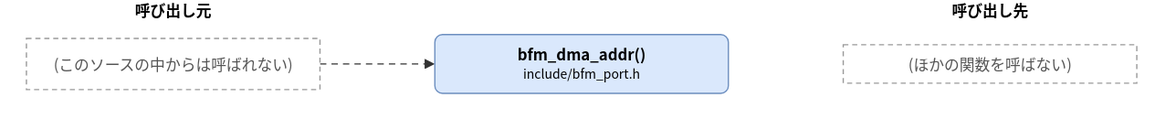
hf355051012-ai/bfmem keeps this draw.io diagram as doc/spec/images/call_include_bfm_port-bfm_dma_addr.drawio.svg. Above is the earlier version. Source tidied: cells renumbered, new cells last; positions are measured from the earlier drawing's top-left corner, leaving out a move shared by most shapes. Its diagram source:
```xml
<mxGraphModel>
  <root>
    <mxCell id="0" />
    <mxCell id="1" parent="0" />
    <mxCell id="2" value="bfm_dma_addr()&lt;br&gt;&lt;font style=&quot;font-size:10px&quot;&gt;include/bfm_port.h&lt;/font&gt;" style="rounded=1;whiteSpace=wrap;html=1;fillColor=#dae8fc;strokeColor=#6c8ebf;fontStyle=1;" parent="1" vertex="1">
      <mxGeometry x="320" y="27" width="230" height="46" as="geometry" />
    </mxCell>
    <mxCell id="3" value="(このソースの中からは呼ばれない)" style="rounded=0;whiteSpace=wrap;html=1;dashed=1;strokeColor=#999999;fontColor=#555555;dashed=1;" parent="1" vertex="1">
      <mxGeometry y="30" width="230" height="40" as="geometry" />
    </mxCell>
    <mxCell id="4" value="(ほかの関数を呼ばない)" style="rounded=0;whiteSpace=wrap;html=1;dashed=1;strokeColor=#999999;fontColor=#555555;dashed=1;" parent="1" vertex="1">
      <mxGeometry x="640" y="35" width="230" height="30" as="geometry" />
    </mxCell>
    <mxCell id="5" style="edgeStyle=none;html=1;rounded=0;endArrow=block;endFill=1;exitX=1.0000;exitY=0.5000;exitDx=0;exitDy=0;exitPerimeter=0;entryX=0.0000;entryY=0.5000;entryDx=0;entryDy=0;entryPerimeter=0;dashed=1;" parent="1" edge="1" source="3" target="2">
      <mxGeometry relative="1" as="geometry" />
    </mxCell>
    <mxCell id="6" value="呼び出し元" style="text;html=1;align=center;fontStyle=1;" parent="1" vertex="1">
      <mxGeometry x="35" width="160" height="18" as="geometry" />
    </mxCell>
    <mxCell id="7" value="呼び出し先" style="text;html=1;align=center;fontStyle=1;" parent="1" vertex="1">
      <mxGeometry x="675" width="160" height="18" as="geometry" />
    </mxCell>
  </root>
</mxGraphModel>
```
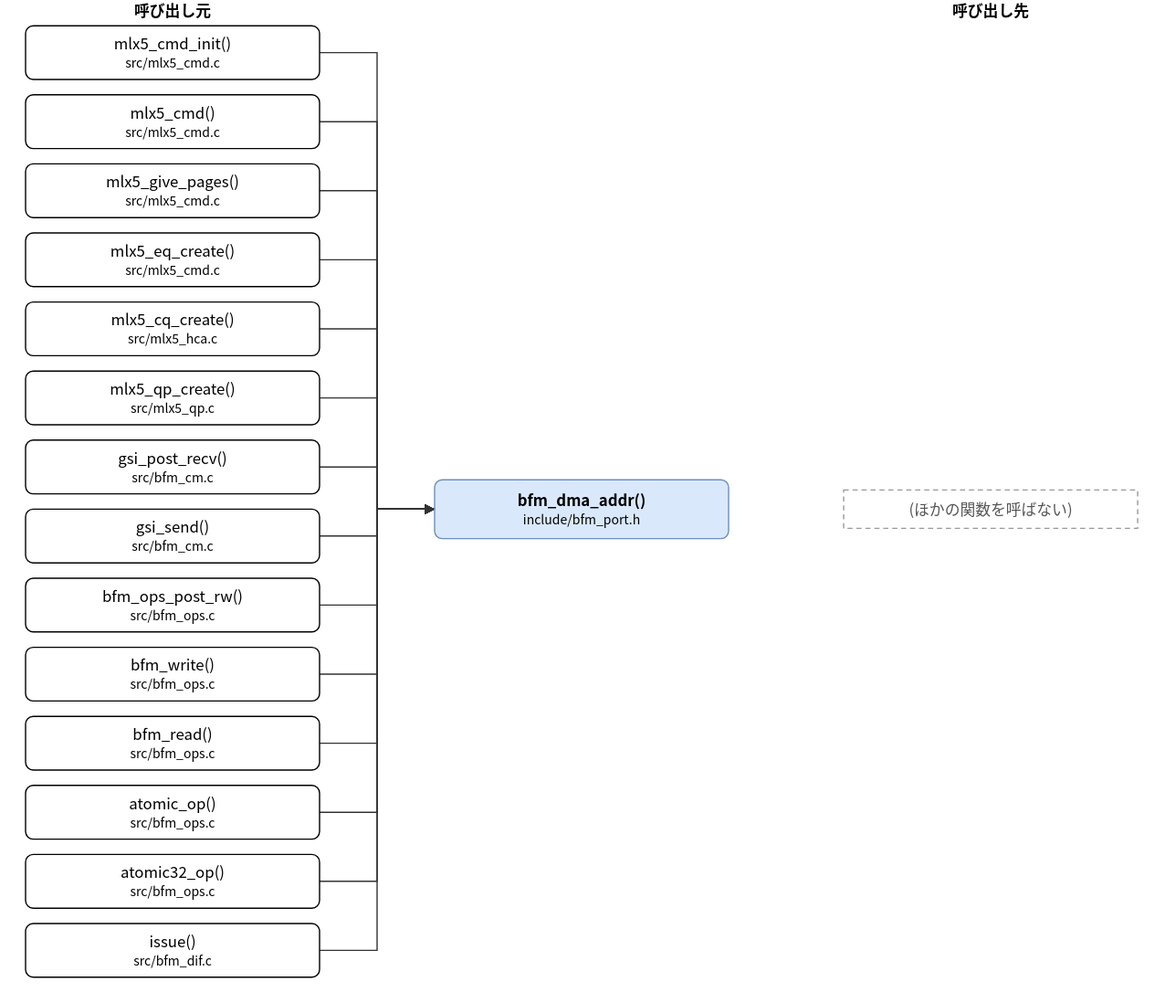
The same diagram one commit later.

Change to the diagram source:
```diff
@@ -3,17 +3,165 @@
     <mxCell id="0" />
     <mxCell id="1" parent="0" />
     <mxCell id="2" value="bfm_dma_addr()&lt;br&gt;&lt;font style=&quot;font-size:10px&quot;&gt;include/bfm_port.h&lt;/font&gt;" style="rounded=1;whiteSpace=wrap;html=1;fillColor=#dae8fc;strokeColor=#6c8ebf;fontStyle=1;" parent="1" vertex="1">
-      <mxGeometry x="320" y="27" width="230" height="46" as="geometry" />
+      <mxGeometry x="320" y="375" width="230" height="46" as="geometry" />
     </mxCell>
-    <mxCell id="3" value="(このソースの中からは呼ばれない)" style="rounded=0;whiteSpace=wrap;html=1;dashed=1;strokeColor=#999999;fontColor=#555555;dashed=1;" parent="1" vertex="1">
-      <mxGeometry y="30" width="230" height="40" as="geometry" />
+    <mxCell id="3" value="mlx5_cmd_init()&lt;br&gt;&lt;font style=&quot;font-size:10px&quot;&gt;src/mlx5_cmd.c&lt;/font&gt;" style="rounded=1;whiteSpace=wrap;html=1;" parent="1" vertex="1">
+      <mxGeometry y="20" width="230" height="42" as="geometry" />
     </mxCell>
+    <mxCell id="8" value="mlx5_cmd()&lt;br&gt;&lt;font style=&quot;font-size:10px&quot;&gt;src/mlx5_cmd.c&lt;/font&gt;" style="rounded=1;whiteSpace=wrap;html=1;" parent="1" vertex="1">
+      <mxGeometry y="74" width="230" height="42" as="geometry" />
+    </mxCell>
+    <mxCell id="9" value="mlx5_give_pages()&lt;br&gt;&lt;font style=&quot;font-size:10px&quot;&gt;src/mlx5_cmd.c&lt;/font&gt;" style="rounded=1;whiteSpace=wrap;html=1;" parent="1" vertex="1">
+      <mxGeometry y="128" width="230" height="42" as="geometry" />
+    </mxCell>
+    <mxCell id="10" value="mlx5_eq_create()&lt;br&gt;&lt;font style=&quot;font-size:10px&quot;&gt;src/mlx5_cmd.c&lt;/font&gt;" style="rounded=1;whiteSpace=wrap;html=1;" parent="1" vertex="1">
+      <mxGeometry y="182" width="230" height="42" as="geometry" />
+    </mxCell>
+    <mxCell id="11" value="mlx5_cq_create()&lt;br&gt;&lt;font style=&quot;font-size:10px&quot;&gt;src/mlx5_hca.c&lt;/font&gt;" style="rounded=1;whiteSpace=wrap;html=1;" parent="1" vertex="1">
+      <mxGeometry y="236" width="230" height="42" as="geometry" />
+    </mxCell>
+    <mxCell id="12" value="mlx5_qp_create()&lt;br&gt;&lt;font style=&quot;font-size:10px&quot;&gt;src/mlx5_qp.c&lt;/font&gt;" style="rounded=1;whiteSpace=wrap;html=1;" parent="1" vertex="1">
+      <mxGeometry y="290" width="230" height="42" as="geometry" />
+    </mxCell>
+    <mxCell id="13" value="gsi_post_recv()&lt;br&gt;&lt;font style=&quot;font-size:10px&quot;&gt;src/bfm_cm.c&lt;/font&gt;" style="rounded=1;whiteSpace=wrap;html=1;" parent="1" vertex="1">
+      <mxGeometry y="344" width="230" height="42" as="geometry" />
+    </mxCell>
+    <mxCell id="14" value="gsi_send()&lt;br&gt;&lt;font style=&quot;font-size:10px&quot;&gt;src/bfm_cm.c&lt;/font&gt;" style="rounded=1;whiteSpace=wrap;html=1;" parent="1" vertex="1">
+      <mxGeometry y="398" width="230" height="42" as="geometry" />
+    </mxCell>
+    <mxCell id="15" value="bfm_ops_post_rw()&lt;br&gt;&lt;font style=&quot;font-size:10px&quot;&gt;src/bfm_ops.c&lt;/font&gt;" style="rounded=1;whiteSpace=wrap;html=1;" parent="1" vertex="1">
+      <mxGeometry y="452" width="230" height="42" as="geometry" />
+    </mxCell>
+    <mxCell id="16" value="bfm_write()&lt;br&gt;&lt;font style=&quot;font-size:10px&quot;&gt;src/bfm_ops.c&lt;/font&gt;" style="rounded=1;whiteSpace=wrap;html=1;" parent="1" vertex="1">
+      <mxGeometry y="506" width="230" height="42" as="geometry" />
+    </mxCell>
+    <mxCell id="17" value="bfm_read()&lt;br&gt;&lt;font style=&quot;font-size:10px&quot;&gt;src/bfm_ops.c&lt;/font&gt;" style="rounded=1;whiteSpace=wrap;html=1;" parent="1" vertex="1">
+      <mxGeometry y="560" width="230" height="42" as="geometry" />
+    </mxCell>
+    <mxCell id="18" value="atomic_op()&lt;br&gt;&lt;font style=&quot;font-size:10px&quot;&gt;src/bfm_ops.c&lt;/font&gt;" style="rounded=1;whiteSpace=wrap;html=1;" parent="1" vertex="1">
+      <mxGeometry y="614" width="230" height="42" as="geometry" />
+    </mxCell>
+    <mxCell id="19" value="atomic32_op()&lt;br&gt;&lt;font style=&quot;font-size:10px&quot;&gt;src/bfm_ops.c&lt;/font&gt;" style="rounded=1;whiteSpace=wrap;html=1;" parent="1" vertex="1">
+      <mxGeometry y="668" width="230" height="42" as="geometry" />
+    </mxCell>
+    <mxCell id="20" value="issue()&lt;br&gt;&lt;font style=&quot;font-size:10px&quot;&gt;src/bfm_dif.c&lt;/font&gt;" style="rounded=1;whiteSpace=wrap;html=1;" parent="1" vertex="1">
+      <mxGeometry y="722" width="230" height="42" as="geometry" />
+    </mxCell>
     <mxCell id="4" value="(ほかの関数を呼ばない)" style="rounded=0;whiteSpace=wrap;html=1;dashed=1;strokeColor=#999999;fontColor=#555555;dashed=1;" parent="1" vertex="1">
-      <mxGeometry x="640" y="35" width="230" height="30" as="geometry" />
+      <mxGeometry x="640" y="383" width="230" height="30" as="geometry" />
     </mxCell>
-    <mxCell id="5" style="edgeStyle=none;html=1;rounded=0;endArrow=block;endFill=1;exitX=1.0000;exitY=0.5000;exitDx=0;exitDy=0;exitPerimeter=0;entryX=0.0000;entryY=0.5000;entryDx=0;entryDy=0;entryPerimeter=0;dashed=1;" parent="1" edge="1" source="3" target="2">
-      <mxGeometry relative="1" as="geometry" />
+    <mxCell id="5" style="edgeStyle=none;html=1;rounded=0;endArrow=block;endFill=1;exitX=1.0000;exitY=0.5000;exitDx=0;exitDy=0;exitPerimeter=0;entryX=0.0000;entryY=0.5000;entryDx=0;entryDy=0;entryPerimeter=0;" parent="1" edge="1" source="3" target="2">
+      <mxGeometry relative="1" as="geometry">
+        <Array as="points">
+          <mxPoint x="275" y="41" />
+          <mxPoint x="275" y="398" />
+        </Array>
+      </mxGeometry>
     </mxCell>
+    <mxCell id="21" style="edgeStyle=none;html=1;rounded=0;endArrow=block;endFill=1;exitX=1.0000;exitY=0.5000;exitDx=0;exitDy=0;exitPerimeter=0;entryX=0.0000;entryY=0.5000;entryDx=0;entryDy=0;entryPerimeter=0;" parent="1" edge="1" source="8" target="2">
+      <mxGeometry relative="1" as="geometry">
+        <Array as="points">
+          <mxPoint x="275" y="95" />
+          <mxPoint x="275" y="398" />
+        </Array>
+      </mxGeometry>
+    </mxCell>
+    <mxCell id="22" style="edgeStyle=none;html=1;rounded=0;endArrow=block;endFill=1;exitX=1.0000;exitY=0.5000;exitDx=0;exitDy=0;exitPerimeter=0;entryX=0.0000;entryY=0.5000;entryDx=0;entryDy=0;entryPerimeter=0;" parent="1" edge="1" source="9" target="2">
+      <mxGeometry relative="1" as="geometry">
+        <Array as="points">
+          <mxPoint x="275" y="149" />
+          <mxPoint x="275" y="398" />
+        </Array>
+      </mxGeometry>
+    </mxCell>
+    <mxCell id="23" style="edgeStyle=none;html=1;rounded=0;endArrow=block;endFill=1;exitX=1.0000;exitY=0.5000;exitDx=0;exitDy=0;exitPerimeter=0;entryX=0.0000;entryY=0.5000;entryDx=0;entryDy=0;entryPerimeter=0;" parent="1" edge="1" source="10" target="2">
+      <mxGeometry relative="1" as="geometry">
+        <Array as="points">
+          <mxPoint x="275" y="203" />
+          <mxPoint x="275" y="398" />
+        </Array>
+      </mxGeometry>
+    </mxCell>
+    <mxCell id="24" style="edgeStyle=none;html=1;rounded=0;endArrow=block;endFill=1;exitX=1.0000;exitY=0.5000;exitDx=0;exitDy=0;exitPerimeter=0;entryX=0.0000;entryY=0.5000;entryDx=0;entryDy=0;entryPerimeter=0;" parent="1" edge="1" source="11" target="2">
+      <mxGeometry relative="1" as="geometry">
+        <Array as="points">
+          <mxPoint x="275" y="257" />
+          <mxPoint x="275" y="398" />
+        </Array>
+      </mxGeometry>
+    </mxCell>
+    <mxCell id="25" style="edgeStyle=none;html=1;rounded=0;endArrow=block;endFill=1;exitX=1.0000;exitY=0.5000;exitDx=0;exitDy=0;exitPerimeter=0;entryX=0.0000;entryY=0.5000;entryDx=0;entryDy=0;entryPerimeter=0;" parent="1" edge="1" source="12" target="2">
+      <mxGeometry relative="1" as="geometry">
+        <Array as="points">
+          <mxPoint x="275" y="311" />
+          <mxPoint x="275" y="398" />
+        </Array>
+      </mxGeometry>
+    </mxCell>
+    <mxCell id="26" style="edgeStyle=none;html=1;rounded=0;endArrow=block;endFill=1;exitX=1.0000;exitY=0.5000;exitDx=0;exitDy=0;exitPerimeter=0;entryX=0.0000;entryY=0.5000;entryDx=0;entryDy=0;entryPerimeter=0;" parent="1" edge="1" source="13" target="2">
+      <mxGeometry relative="1" as="geometry">
+        <Array as="points">
+          <mxPoint x="275" y="365" />
+          <mxPoint x="275" y="398" />
+        </Array>
+      </mxGeometry>
+    </mxCell>
+    <mxCell id="27" style="edgeStyle=none;html=1;rounded=0;endArrow=block;endFill=1;exitX=1.0000;exitY=0.5000;exitDx=0;exitDy=0;exitPerimeter=0;entryX=0.0000;entryY=0.5000;entryDx=0;entryDy=0;entryPerimeter=0;" parent="1" edge="1" source="14" target="2">
+      <mxGeometry relative="1" as="geometry">
+        <Array as="points">
+          <mxPoint x="275" y="419" />
+          <mxPoint x="275" y="398" />
+        </Array>
+      </mxGeometry>
+    </mxCell>
+    <mxCell id="28" style="edgeStyle=none;html=1;rounded=0;endArrow=block;endFill=1;exitX=1.0000;exitY=0.5000;exitDx=0;exitDy=0;exitPerimeter=0;entryX=0.0000;entryY=0.5000;entryDx=0;entryDy=0;entryPerimeter=0;" parent="1" edge="1" source="15" target="2">
+      <mxGeometry relative="1" as="geometry">
+        <Array as="points">
+          <mxPoint x="275" y="473" />
+          <mxPoint x="275" y="398" />
+        </Array>
+      </mxGeometry>
+    </mxCell>
+    <mxCell id="29" style="edgeStyle=none;html=1;rounded=0;endArrow=block;endFill=1;exitX=1.0000;exitY=0.5000;exitDx=0;exitDy=0;exitPerimeter=0;entryX=0.0000;entryY=0.5000;entryDx=0;entryDy=0;entryPerimeter=0;" parent="1" edge="1" source="16" target="2">
+      <mxGeometry relative="1" as="geometry">
+        <Array as="points">
+          <mxPoint x="275" y="527" />
+          <mxPoint x="275" y="398" />
+        </Array>
+      </mxGeometry>
+    </mxCell>
+    <mxCell id="30" style="edgeStyle=none;html=1;rounded=0;endArrow=block;endFill=1;exitX=1.0000;exitY=0.5000;exitDx=0;exitDy=0;exitPerimeter=0;entryX=0.0000;entryY=0.5000;entryDx=0;entryDy=0;entryPerimeter=0;" parent="1" edge="1" source="17" target="2">
+      <mxGeometry relative="1" as="geometry">
+        <Array as="points">
+          <mxPoint x="275" y="581" />
+          <mxPoint x="275" y="398" />
+        </Array>
+      </mxGeometry>
+    </mxCell>
+    <mxCell id="31" style="edgeStyle=none;html=1;rounded=0;endArrow=block;endFill=1;exitX=1.0000;exitY=0.5000;exitDx=0;exitDy=0;exitPerimeter=0;entryX=0.0000;entryY=0.5000;entryDx=0;entryDy=0;entryPerimeter=0;" parent="1" edge="1" source="18" target="2">
+      <mxGeometry relative="1" as="geometry">
+        <Array as="points">
+          <mxPoint x="275" y="635" />
+          <mxPoint x="275" y="398" />
+        </Array>
+      </mxGeometry>
+    </mxCell>
+    <mxCell id="32" style="edgeStyle=none;html=1;rounded=0;endArrow=block;endFill=1;exitX=1.0000;exitY=0.5000;exitDx=0;exitDy=0;exitPerimeter=0;entryX=0.0000;entryY=0.5000;entryDx=0;entryDy=0;entryPerimeter=0;" parent="1" edge="1" source="19" target="2">
+      <mxGeometry relative="1" as="geometry">
+        <Array as="points">
+          <mxPoint x="275" y="689" />
+          <mxPoint x="275" y="398" />
+        </Array>
+      </mxGeometry>
+    </mxCell>
+    <mxCell id="33" style="edgeStyle=none;html=1;rounded=0;endArrow=block;endFill=1;exitX=1.0000;exitY=0.5000;exitDx=0;exitDy=0;exitPerimeter=0;entryX=0.0000;entryY=0.5000;entryDx=0;entryDy=0;entryPerimeter=0;" parent="1" edge="1" source="20" target="2">
+      <mxGeometry relative="1" as="geometry">
+        <Array as="points">
+          <mxPoint x="275" y="743" />
+          <mxPoint x="275" y="398" />
+        </Array>
+      </mxGeometry>
+    </mxCell>
     <mxCell id="6" value="呼び出し元" style="text;html=1;align=center;fontStyle=1;" parent="1" vertex="1">
       <mxGeometry x="35" width="160" height="18" as="geometry" />
     </mxCell>
```
